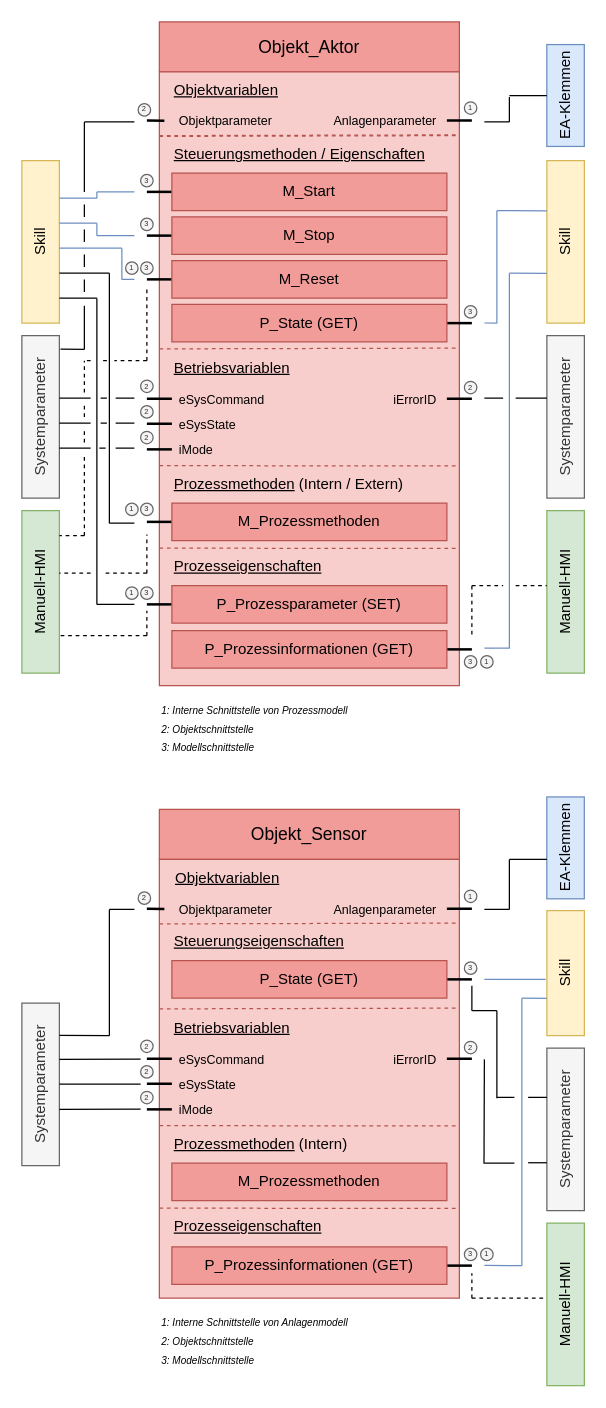
Before: 04_Umsetzung/06_Arbeistpaket_6/01_Skizzen/Objektaufbau_V3.drawio in MrZabalu/MasterThesis, a draw.io diagram. Source tidied: cells renumbered, new cells numbered last; positions are measured from the earlier drawing's top-left corner, leaving out a move shared by most shapes. Both pictures are drawn from the tidied source at 125%, with x=0, y=0 at pixel (-41, 21).
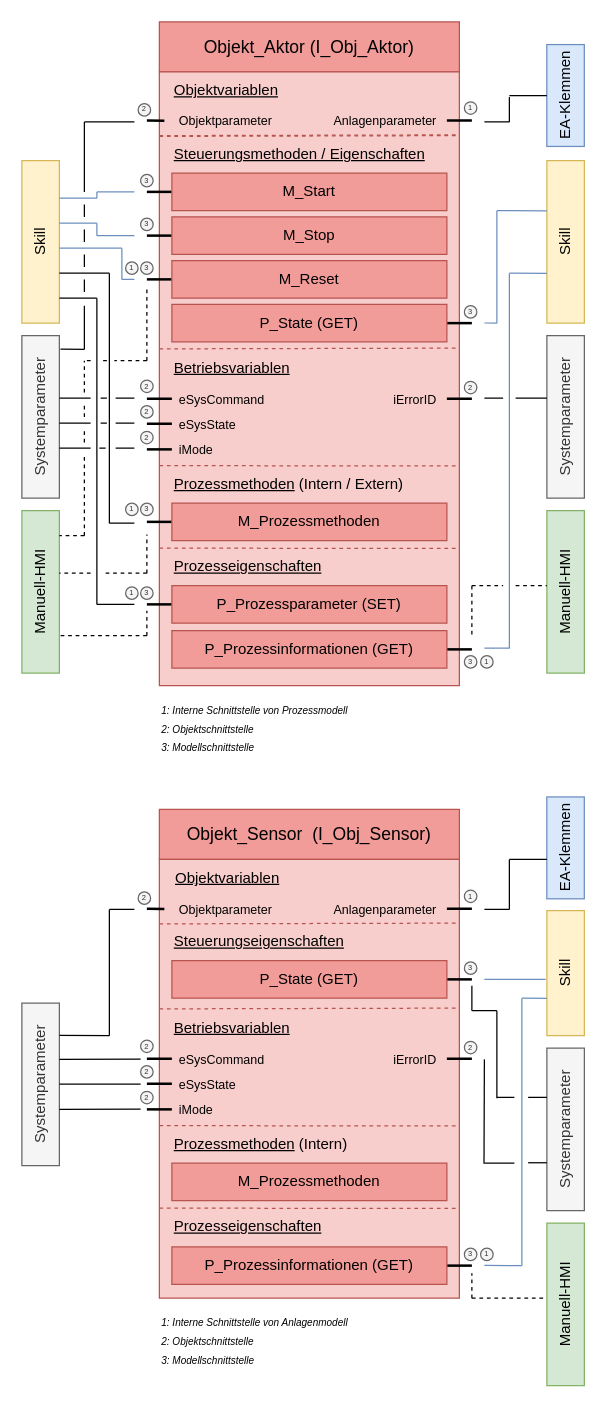
After the change.

What changed in the source:
```diff
@@
-    <mxCell id="2" value="Objekt_Aktor" style="rounded=0;whiteSpace=wrap;html=1;fillColor=#F19C99;strokeColor=#b85450;fontSize=14;" parent="1" vertex="1">
+    <mxCell id="2" value="Objekt_Aktor (I_Obj_Aktor)" style="rounded=0;whiteSpace=wrap;html=1;fillColor=#F19C99;strokeColor=#b85450;fontSize=14;" parent="1" vertex="1">
       <mxGeometry x="160" width="240" height="40" as="geometry" />
     </mxCell>
@@
-    <mxCell id="113" value="Objekt_Sensor" style="rounded=0;whiteSpace=wrap;html=1;fillColor=#F19C99;strokeColor=#b85450;fontSize=14;" parent="1" vertex="1">
+    <mxCell id="113" value="Objekt_Sensor&amp;nbsp; (I_Obj_Sensor)" style="rounded=0;whiteSpace=wrap;html=1;fillColor=#F19C99;strokeColor=#b85450;fontSize=14;" parent="1" vertex="1">
       <mxGeometry x="160" y="630" width="240" height="40" as="geometry" />
     </mxCell>
```
